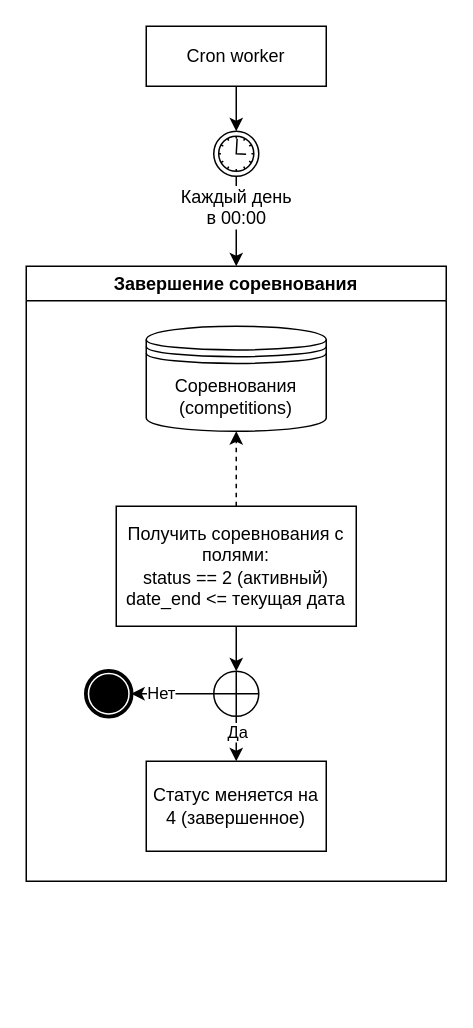
Above: page "Автоматическое" (1 of 2) of Завершение соревнования.drawio in aau8/draw.io (draw.io), before the change. Source tidied: cells renumbered, new cells numbered last; positions are measured from the earlier drawing's top-left corner, leaving out a move shared by most shapes. Both pictures are drawn from the tidied source at 150%, with x=0, y=0 at pixel (26, 26).
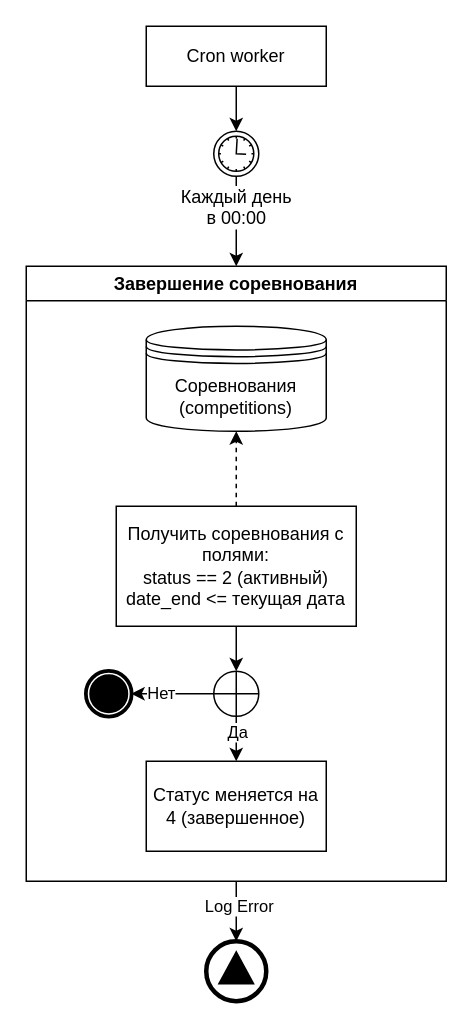
After the change.

Unchanged cells that the change refers to:
```xml
<mxCell id="3" value="Cron worker" style="rounded=0;whiteSpace=wrap;html=1;" parent="1" vertex="1">
  <mxGeometry x="80" width="120" height="40" as="geometry" />
</mxCell>
<mxCell id="4" value="Завершение соревнования" style="swimlane;" parent="1" vertex="1">
  <mxGeometry y="160" width="280" height="410" as="geometry" />
</mxCell>
<mxCell id="17" value="Каждый день&lt;br&gt;в 00:00" style="points=[[0.145,0.145,0],[0.5,0,0],[0.855,0.145,0],[1,0.5,0],[0.855,0.855,0],[0.5,1,0],[0.145,0.855,0],[0,0.5,0]];shape=mxgraph.bpmn.event;html=1;verticalLabelPosition=bottom;labelBackgroundColor=#ffffff;verticalAlign=top;align=center;perimeter=ellipsePerimeter;outlineConnect=0;outline=standard;symbol=timer;" parent="1" vertex="1">
  <mxGeometry x="125" y="70" width="30" height="30" as="geometry" />
</mxCell>
```

The edit, as a diff of the source:
```diff
@@
-    <mxCell id="2" style="edgeStyle=orthogonalEdgeStyle;rounded=0;jettySize=auto;html=1;" parent="1" edge="1" source="3" target="17">
-      <mxGeometry relative="1" as="geometry" />
-    </mxCell>
@@
+    <mxCell id="2" style="edgeStyle=orthogonalEdgeStyle;rounded=0;jettySize=auto;html=1;" parent="1" edge="1" source="3" target="17">
+      <mxGeometry relative="1" as="geometry" />
+    </mxCell>
+    <mxCell id="18" style="points=[[0.145,0.145,0],[0.5,0,0],[0.855,0.145,0],[1,0.5,0],[0.855,0.855,0],[0.5,1,0],[0.145,0.855,0],[0,0.5,0]];shape=mxgraph.bpmn.event;html=1;verticalLabelPosition=bottom;labelBackgroundColor=#ffffff;verticalAlign=top;align=center;perimeter=ellipsePerimeter;outlineConnect=0;outline=end;symbol=signal;" parent="1" vertex="1">
+      <mxGeometry x="120" y="610" width="40" height="40" as="geometry" />
+    </mxCell>
+    <mxCell id="19" style="edgeStyle=orthogonalEdgeStyle;rounded=0;jettySize=auto;html=1;" parent="1" edge="1" source="4" target="18">
+      <mxGeometry relative="1" as="geometry" />
+    </mxCell>
+    <mxCell id="20" value="Log Error" style="edgeLabel;html=1;align=center;verticalAlign=middle;" parent="19" vertex="1">
+      <mxGeometry x="-0.22" y="1" relative="1" as="geometry" />
+    </mxCell>
```
